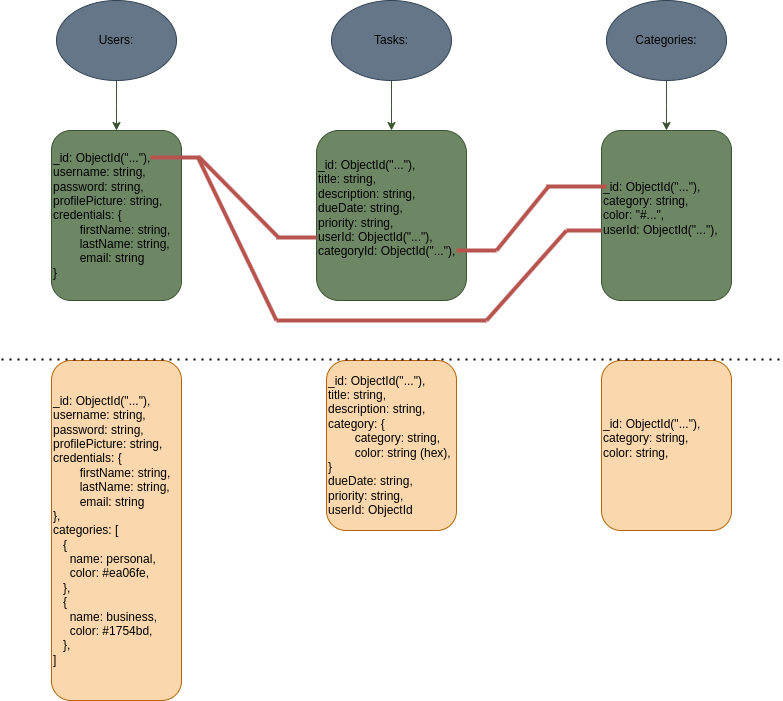
Earlier version of the draw.io export server/todo_mern_db_structure.drawio.png (l4zyd3v/todo_mern). Source tidied: cells renumbered, new cells last; positions are measured from the earlier drawing's top-left corner, leaving out a move shared by most shapes.
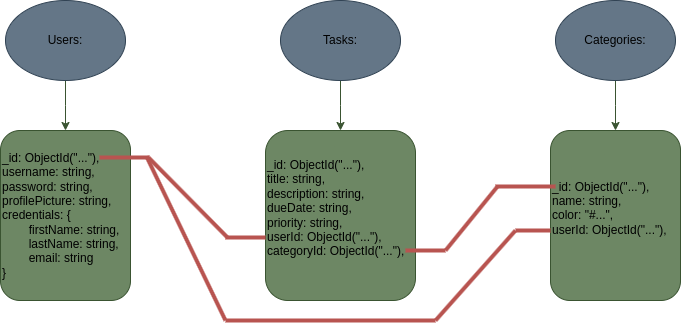
The same diagram one commit later.

Commit message:
categories card are now working and dynamically fetched

Change to the diagram source:
```diff
@@ -32,7 +32,7 @@
     <mxCell id="9" value="&lt;div&gt;&lt;font color=&quot;#000000&quot;&gt;_id: ObjectId(&quot;...&quot;),&lt;/font&gt;&lt;/div&gt;&lt;div&gt;&lt;font color=&quot;#000000&quot;&gt;title: string,&lt;/font&gt;&lt;/div&gt;&lt;div&gt;&lt;font color=&quot;#000000&quot;&gt;description: string,&lt;/font&gt;&lt;/div&gt;&lt;div&gt;&lt;font color=&quot;#000000&quot;&gt;dueDate: string,&lt;/font&gt;&lt;/div&gt;&lt;div&gt;&lt;font color=&quot;#000000&quot;&gt;priority: string,&lt;/font&gt;&lt;/div&gt;&lt;div&gt;&lt;font color=&quot;#000000&quot;&gt;userId:&amp;nbsp;&lt;/font&gt;&lt;span style=&quot;color: rgb(0, 0, 0); background-color: initial;&quot;&gt;ObjectId(&quot;...&quot;),&lt;/span&gt;&lt;/div&gt;&lt;div&gt;&lt;span style=&quot;color: rgb(0, 0, 0); background-color: initial;&quot;&gt;categoryId:&amp;nbsp;&lt;/span&gt;&lt;span style=&quot;color: rgb(0, 0, 0); background-color: initial;&quot;&gt;ObjectId(&quot;...&quot;),&lt;/span&gt;&lt;/div&gt;&lt;div&gt;&lt;span style=&quot;color: rgb(0, 0, 0); background-color: initial;&quot;&gt;&lt;br&gt;&lt;/span&gt;&lt;/div&gt;" style="rounded=1;whiteSpace=wrap;html=1;align=left;labelBackgroundColor=none;fillColor=#6d8764;strokeColor=#3A5431;fontColor=#ffffff;" parent="1" vertex="1">
       <mxGeometry x="315" y="130" width="150" height="170" as="geometry" />
     </mxCell>
-    <mxCell id="10" value="&lt;font color=&quot;#000000&quot;&gt;_id: ObjectId(&quot;...&quot;),&lt;/font&gt;&lt;div&gt;&lt;font color=&quot;#000000&quot;&gt;category: string,&lt;/font&gt;&lt;/div&gt;&lt;div&gt;&lt;font color=&quot;#000000&quot;&gt;color: &quot;#...&quot;,&lt;/font&gt;&lt;/div&gt;&lt;div&gt;&lt;font color=&quot;#000000&quot;&gt;userId:&amp;nbsp;&lt;/font&gt;&lt;span style=&quot;color: rgb(0, 0, 0); background-color: initial;&quot;&gt;ObjectId(&quot;...&quot;),&lt;/span&gt;&lt;/div&gt;&lt;div&gt;&lt;div&gt;&lt;br&gt;&lt;/div&gt;&lt;/div&gt;" style="rounded=1;whiteSpace=wrap;html=1;align=left;labelBackgroundColor=none;fillColor=#6d8764;strokeColor=#3A5431;fontColor=#ffffff;" parent="1" vertex="1">
+    <mxCell id="10" value="&lt;font color=&quot;#000000&quot;&gt;_id: ObjectId(&quot;...&quot;),&lt;/font&gt;&lt;div&gt;&lt;font color=&quot;#000000&quot;&gt;name: string,&lt;/font&gt;&lt;/div&gt;&lt;div&gt;&lt;font color=&quot;#000000&quot;&gt;color: &quot;#...&quot;,&lt;/font&gt;&lt;/div&gt;&lt;div&gt;&lt;font color=&quot;#000000&quot;&gt;userId:&amp;nbsp;&lt;/font&gt;&lt;span style=&quot;color: rgb(0, 0, 0); background-color: initial;&quot;&gt;ObjectId(&quot;...&quot;),&lt;/span&gt;&lt;/div&gt;&lt;div&gt;&lt;div&gt;&lt;br&gt;&lt;/div&gt;&lt;/div&gt;" style="rounded=1;whiteSpace=wrap;html=1;align=left;labelBackgroundColor=none;fillColor=#6d8764;strokeColor=#3A5431;fontColor=#ffffff;" parent="1" vertex="1">
       <mxGeometry x="600" y="130" width="130" height="170" as="geometry" />
     </mxCell>
     <mxCell id="11" style="endArrow=none;html=1;rounded=0;strokeColor=#b85450;fontColor=#393C56;fillColor=#f8cecc;strokeWidth=4;gradientColor=#ea6b66;" parent="1" edge="1">
@@ -53,21 +53,6 @@
         <mxPoint x="275" y="237" as="targetPoint" />
       </mxGeometry>
     </mxCell>
-    <mxCell id="14" value="&lt;div&gt;&lt;div style=&quot;color: rgb(255, 255, 255);&quot;&gt;&lt;font color=&quot;#000000&quot;&gt;_id: ObjectId(&quot;...&quot;),&lt;/font&gt;&lt;/div&gt;&lt;font color=&quot;#000000&quot;&gt;username: string,&lt;/font&gt;&lt;/div&gt;&lt;div&gt;&lt;font color=&quot;#000000&quot;&gt;password: string,&lt;/font&gt;&lt;/div&gt;&lt;div&gt;&lt;font color=&quot;#000000&quot;&gt;profilePicture: string,&lt;/font&gt;&lt;/div&gt;&lt;div&gt;&lt;font color=&quot;#000000&quot;&gt;credentials: {&lt;/font&gt;&lt;/div&gt;&lt;div&gt;&lt;font color=&quot;#000000&quot;&gt;&lt;span style=&quot;background-color: initial; white-space: pre;&quot;&gt;&#9;&lt;/span&gt;&lt;span style=&quot;background-color: initial;&quot;&gt;firstName: string,&lt;/span&gt;&lt;br&gt;&lt;/font&gt;&lt;/div&gt;&lt;div&gt;&lt;span style=&quot;background-color: initial;&quot;&gt;&lt;font color=&quot;#000000&quot;&gt;&lt;span style=&quot;white-space: pre;&quot;&gt;&#9;&lt;/span&gt;lastName: string,&lt;br&gt;&lt;/font&gt;&lt;/span&gt;&lt;/div&gt;&lt;div&gt;&lt;span style=&quot;background-color: initial;&quot;&gt;&lt;font color=&quot;#000000&quot;&gt;&lt;span style=&quot;white-space: pre;&quot;&gt;&#9;&lt;/span&gt;email: string&lt;/font&gt;&lt;/span&gt;&lt;/div&gt;&lt;div&gt;&lt;font color=&quot;#000000&quot;&gt;},&lt;/font&gt;&lt;/div&gt;&lt;div&gt;&lt;font color=&quot;#000000&quot;&gt;categories: [&lt;/font&gt;&lt;/div&gt;&lt;div&gt;&lt;span style=&quot;white-space: pre;&quot;&gt;&lt;font color=&quot;#000000&quot;&gt;   {&lt;/font&gt;&lt;/span&gt;&lt;/div&gt;&lt;div&gt;&lt;span style=&quot;white-space: pre;&quot;&gt;&lt;font color=&quot;#000000&quot;&gt;     name: personal,&lt;/font&gt;&lt;/span&gt;&lt;/div&gt;&lt;div&gt;&lt;font color=&quot;#000000&quot;&gt;&lt;span style=&quot;white-space: pre;&quot;&gt;     color: &lt;/span&gt;&lt;span style=&quot;background-color: initial; white-space: pre;&quot;&gt;#ea06fe,&lt;/span&gt;&lt;span style=&quot;white-space: pre; background-color: initial;&quot;&gt;&#9;&lt;/span&gt;&lt;/font&gt;&lt;/div&gt;&lt;div&gt;&lt;font color=&quot;#000000&quot;&gt;&lt;span style=&quot;white-space: pre;&quot;&gt;   },&lt;/span&gt;&lt;span style=&quot;white-space: pre; background-color: initial;&quot;&gt; &lt;/span&gt;&lt;/font&gt;&lt;/div&gt;&lt;div&gt;&lt;span style=&quot;white-space: pre; background-color: initial;&quot;&gt;&lt;font color=&quot;#000000&quot;&gt;   {&lt;/font&gt;&lt;/span&gt;&lt;/div&gt;&lt;div&gt;&lt;span style=&quot;white-space: pre;&quot;&gt;&lt;font color=&quot;#000000&quot;&gt;     name: business,&lt;/font&gt;&lt;/span&gt;&lt;/div&gt;&lt;div&gt;&lt;font color=&quot;#000000&quot;&gt;&lt;span style=&quot;white-space: pre;&quot;&gt;     color: &lt;/span&gt;&lt;span style=&quot;background-color: initial; white-space: pre;&quot;&gt;#1754bd,&lt;/span&gt;&lt;span style=&quot;background-color: initial; white-space: pre;&quot;&gt;&#9;&lt;/span&gt;&lt;/font&gt;&lt;/div&gt;&lt;div&gt;&lt;span style=&quot;white-space: pre;&quot;&gt;&lt;font color=&quot;#000000&quot;&gt;   },&lt;/font&gt;&lt;/span&gt;&lt;/div&gt;&lt;div&gt;&lt;font color=&quot;#000000&quot;&gt;]&lt;/font&gt;&lt;/div&gt;" style="rounded=1;whiteSpace=wrap;html=1;align=left;labelBackgroundColor=none;fillColor=#fad7ac;strokeColor=#b46504;" parent="1" vertex="1">
-      <mxGeometry x="50" y="360" width="130" height="340" as="geometry" />
-    </mxCell>
-    <mxCell id="15" value="&lt;div&gt;&lt;font color=&quot;#000000&quot;&gt;_id: ObjectId(&quot;...&quot;),&lt;/font&gt;&lt;/div&gt;&lt;div&gt;&lt;font color=&quot;#000000&quot;&gt;title: string,&lt;/font&gt;&lt;/div&gt;&lt;div&gt;&lt;font color=&quot;#000000&quot;&gt;description: string,&lt;/font&gt;&lt;/div&gt;&lt;div&gt;&lt;font color=&quot;#000000&quot;&gt;category: {&lt;/font&gt;&lt;/div&gt;&lt;div&gt;&lt;font color=&quot;#000000&quot;&gt;&lt;span style=&quot;white-space: pre;&quot;&gt;&#9;&lt;/span&gt;category: string,&lt;br&gt;&lt;/font&gt;&lt;/div&gt;&lt;div&gt;&lt;font color=&quot;#000000&quot;&gt;&lt;span style=&quot;white-space: pre;&quot;&gt;&#9;&lt;/span&gt;color: string (hex),&lt;br&gt;&lt;/font&gt;&lt;/div&gt;&lt;div&gt;&lt;font color=&quot;#000000&quot;&gt;}&lt;/font&gt;&lt;/div&gt;&lt;div&gt;&lt;font color=&quot;#000000&quot;&gt;dueDate: string,&lt;/font&gt;&lt;/div&gt;&lt;div&gt;&lt;font color=&quot;#000000&quot;&gt;priority: string,&lt;/font&gt;&lt;/div&gt;&lt;div&gt;&lt;font color=&quot;#000000&quot;&gt;userId: ObjectId&lt;/font&gt;&lt;/div&gt;" style="rounded=1;whiteSpace=wrap;html=1;align=left;labelBackgroundColor=none;fillColor=#fad7ac;strokeColor=#b46504;" parent="1" vertex="1">
-      <mxGeometry x="325" y="360" width="130" height="170" as="geometry" />
-    </mxCell>
-    <mxCell id="16" value="&lt;font color=&quot;#000000&quot;&gt;_id: ObjectId(&quot;...&quot;),&lt;/font&gt;&lt;div&gt;&lt;font color=&quot;#000000&quot;&gt;category: string,&lt;/font&gt;&lt;/div&gt;&lt;div&gt;&lt;font color=&quot;#000000&quot;&gt;color: string,&lt;/font&gt;&lt;/div&gt;&lt;div&gt;&lt;div&gt;&lt;br&gt;&lt;/div&gt;&lt;/div&gt;" style="rounded=1;whiteSpace=wrap;html=1;align=left;labelBackgroundColor=none;fillColor=#fad7ac;strokeColor=#b46504;" parent="1" vertex="1">
-      <mxGeometry x="600" y="360" width="130" height="170" as="geometry" />
-    </mxCell>
-    <mxCell id="17" style="endArrow=none;dashed=1;html=1;dashPattern=1 3;strokeWidth=2;rounded=0;fontColor=#393C56;" parent="1" edge="1">
-      <mxGeometry relative="1" as="geometry">
-        <mxPoint y="359" as="sourcePoint" />
-        <mxPoint x="780" y="359" as="targetPoint" />
-      </mxGeometry>
-    </mxCell>
     <mxCell id="18" style="endArrow=none;html=1;rounded=0;strokeColor=#b85450;fontColor=#393C56;fillColor=#f8cecc;strokeWidth=4;gradientColor=#ea6b66;" parent="1" edge="1">
       <mxGeometry relative="1" as="geometry">
         <mxPoint x="455" y="250" as="sourcePoint" />
```
